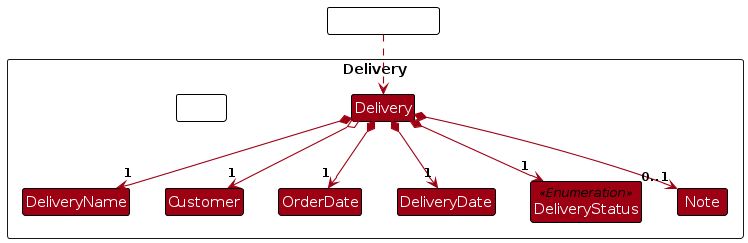
The PlantUML diagram diagrams/DeliveryClassDiagram.png in zhonghan721/tp, before a commit. Its source is kept beside it as diagrams/DeliveryClassDiagram.puml. Source of this version:
```plantuml
@startuml
!include style.puml
skinparam arrowThickness 1.1
skinparam arrowColor MODEL_COLOR
skinparam classBackgroundColor MODEL_COLOR

Package Delivery as DeliveryPackage <<Rectangle>>{
Class Delivery
Class DeliveryName
Class Customer
Class OrderDate
Class DeliveryDate
Class DeliveryStatus
Class Note

Class DeliveryStatus <<Enumeration>>{
}
Class I #FFFFFF
}

Class HiddenOutside #FFFFFF
HiddenOutside .down.> Delivery

Delivery *--> "1" DeliveryName
Delivery o--> "1" Customer
Delivery *--> "1" OrderDate
Delivery *--> "1" DeliveryDate
Delivery *--> "1" DeliveryStatus
Delivery *--> "0..1" Note


@enduml
```
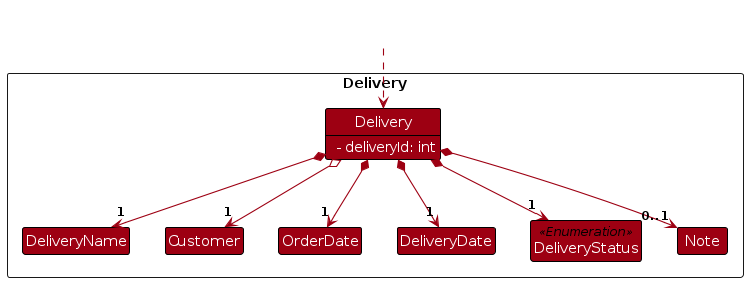
After the commit.

What changed in the source:
```diff
@@ -3,9 +3,12 @@
 skinparam arrowThickness 1.1
 skinparam arrowColor MODEL_COLOR
 skinparam classBackgroundColor MODEL_COLOR
+skinparam classAttributeIconSize 0
 
 Package Delivery as DeliveryPackage <<Rectangle>>{
-Class Delivery
+Class Delivery {
+<color: #FFFFFF> - deliveryId: int
+}
 Class DeliveryName
 Class Customer
 Class OrderDate
@@ -15,10 +18,10 @@
 
 Class DeliveryStatus <<Enumeration>>{
 }
-Class I #FFFFFF
+Class I<<HIDDEN>> #FFFFFF
 }
 
-Class HiddenOutside #FFFFFF
+Class HiddenOutside<<HIDDEN>> #FFFFFF
 HiddenOutside .down.> Delivery
 
 Delivery *--> "1" DeliveryName
@@ -28,5 +31,6 @@
 Delivery *--> "1" DeliveryStatus
 Delivery *--> "0..1" Note
 
+show Delivery fields
 
 @enduml
```
